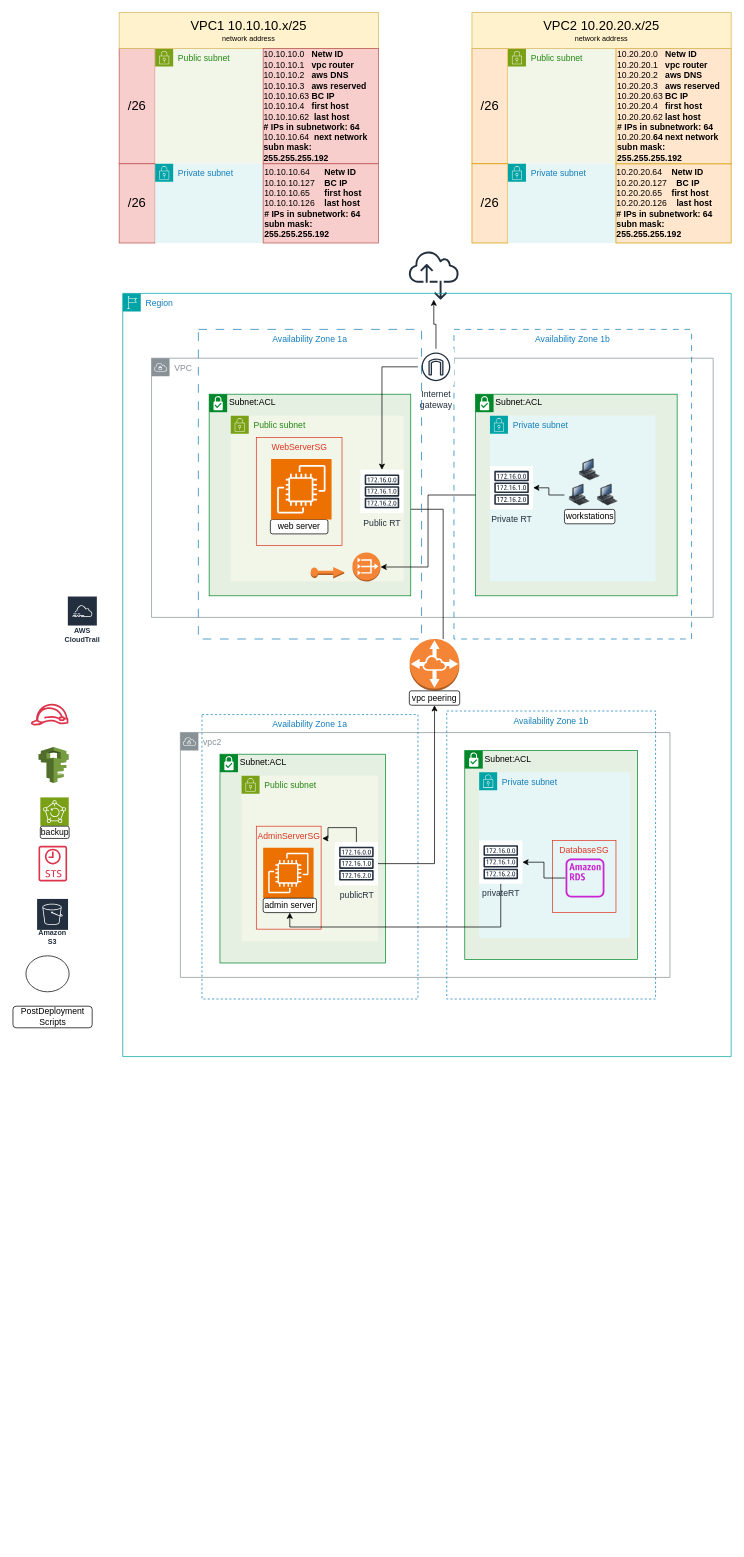
The draw.io diagram 10_Final_Project/diagram_v1.0/FinalProject-v1.0.drawio in techgrounds/techgrounds-FvL69-1, before the edit. Source tidied: cells renumbered, new cells numbered last; positions are measured from the earlier drawing's top-left corner, leaving out a move shared by most shapes. Both pictures are drawn from the tidied source at 72%, with x=0, y=0 at pixel (12, 12).
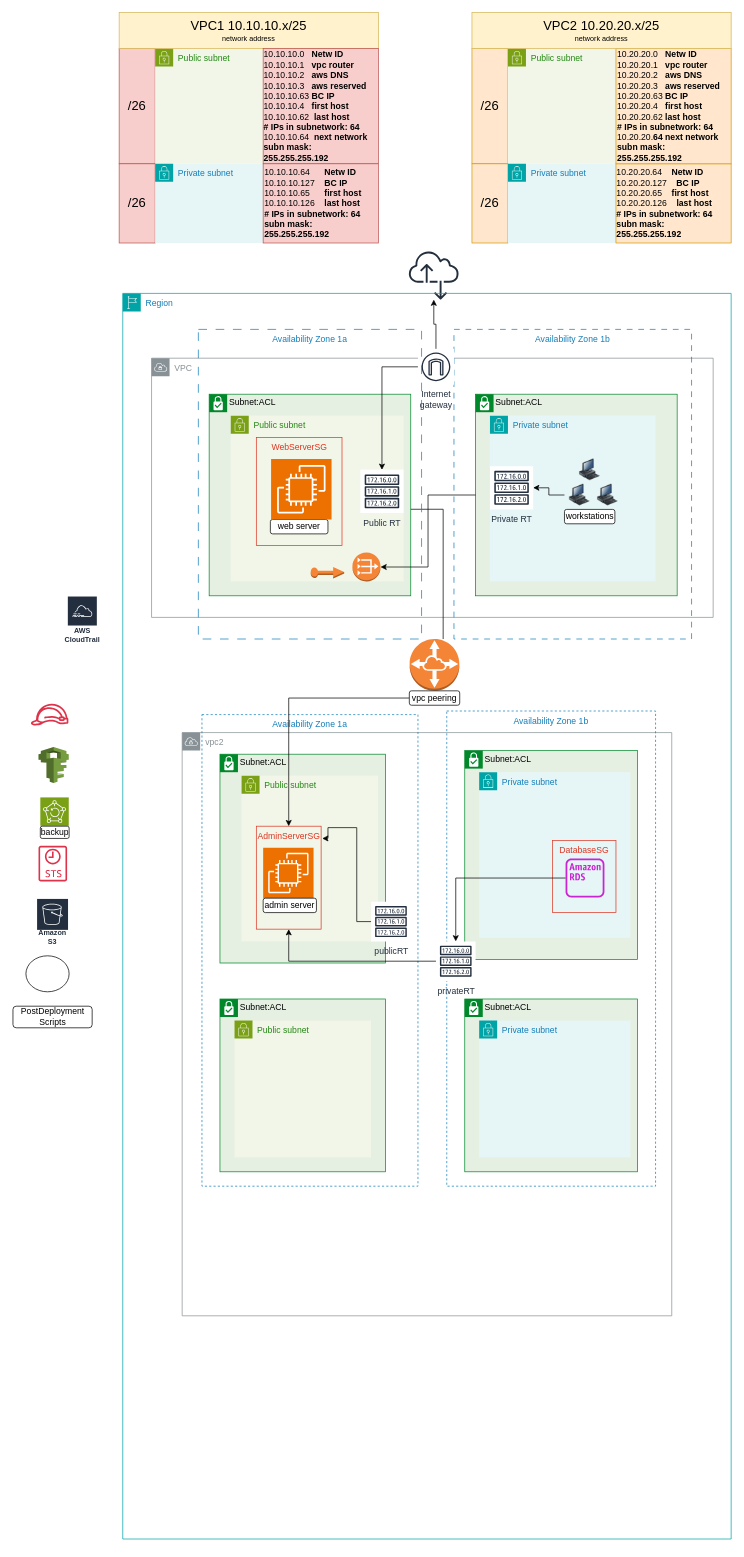
Above is the later version.

Unchanged cells that the change refers to:
```xml
<mxCell id="32" value="Public subnet" style="gradientColor=none;html=1;whiteSpace=wrap;fontSize=12;fontStyle=0;shape=mxgraph.aws4.group;grIcon=mxgraph.aws4.group_security_group;grStroke=0;strokeColor=#7AA116;fillColor=#F2F6E8;verticalAlign=top;align=left;spacingLeft=30;fontColor=#248814;dashed=0;" parent="31" vertex="1">
  <mxGeometry x="30" y="30" width="189.5" height="230" as="geometry" />
</mxCell>
<mxCell id="34" value="AdminServerSG" style="fillColor=none;strokeColor=#DD3522;verticalAlign=top;fontStyle=0;fontColor=#DD3522;whiteSpace=wrap;html=1;" parent="32" vertex="1">
  <mxGeometry x="20.5" y="70" width="90" height="143" as="geometry" />
</mxCell>
<mxCell id="37" value="admin server" style="rounded=1;whiteSpace=wrap;html=1;" parent="31" vertex="1">
  <mxGeometry x="60" y="200" width="74" height="20" as="geometry" />
</mxCell>
<mxCell id="38" value="Subnet:ACL" style="shape=mxgraph.ibm.box;prType=subnet;fontStyle=0;verticalAlign=top;align=left;spacingLeft=32;spacingTop=4;fillColor=#E6F0E2;rounded=0;whiteSpace=wrap;html=1;strokeColor=#00882B;strokeWidth=1;dashed=0;spacing=-4;" parent="27" vertex="1">
  <mxGeometry x="475" y="635" width="240" height="290" as="geometry" />
</mxCell>
<mxCell id="42" style="sketch=0;outlineConnect=0;fontColor=#232F3E;gradientColor=none;fillColor=#C925D1;strokeColor=none;dashed=0;verticalLabelPosition=bottom;verticalAlign=top;align=center;html=1;fontSize=12;fontStyle=0;shape=mxgraph.aws4.rds_instance_alt;" parent="38" vertex="1">
  <mxGeometry x="140" y="150" width="54" height="54" as="geometry" />
</mxCell>
<mxCell id="68" value="vpc peering" style="rounded=1;whiteSpace=wrap;html=1;" parent="27" vertex="1">
  <mxGeometry x="398" y="552" width="70" height="20" as="geometry" />
</mxCell>
```

The edit, as a diff of the source:
```diff
@@
     <mxCell id="27" value="Region" style="points=[[0,0],[0.25,0],[0.5,0],[0.75,0],[1,0],[1,0.25],[1,0.5],[1,0.75],[1,1],[0.75,1],[0.5,1],[0.25,1],[0,1],[0,0.75],[0,0.5],[0,0.25]];outlineConnect=0;gradientColor=none;html=1;whiteSpace=wrap;fontSize=12;fontStyle=0;shape=mxgraph.aws4.group;grIcon=mxgraph.aws4.group_region;strokeColor=#00A4A6;fillColor=none;verticalAlign=top;align=left;spacingLeft=30;fontColor=#147EBA;" parent="1" vertex="1">
-      <mxGeometry x="153" y="390" width="845" height="1060" as="geometry" />
+      <mxGeometry x="153" y="390" width="845" height="1730" as="geometry" />
     </mxCell>
     <mxCell id="28" value="vpc2" style="sketch=0;gradientColor=none;html=1;whiteSpace=wrap;fontSize=12;fontStyle=0;shape=mxgraph.aws4.group;grIcon=mxgraph.aws4.group_vpc;strokeColor=#879196;fillColor=none;verticalAlign=top;align=left;spacingLeft=30;fontColor=#879196;dashed=0;" parent="27" vertex="1">
-      <mxGeometry x="80" y="610" width="680" height="340" as="geometry" />
+      <mxGeometry x="82.5" y="610" width="680" height="810" as="geometry" />
     </mxCell>
     <mxCell id="29" value="Availability Zone 1a" style="fillColor=none;strokeColor=#147EBA;dashed=1;verticalAlign=top;fontStyle=0;fontColor=#147EBA;whiteSpace=wrap;html=1;" parent="27" vertex="1">
-      <mxGeometry x="110" y="585" width="300" height="395" as="geometry" />
+      <mxGeometry x="110" y="585" width="300" height="655" as="geometry" />
     </mxCell>
     <mxCell id="30" value="Availability Zone 1b" style="fillColor=none;strokeColor=#147EBA;dashed=1;verticalAlign=top;fontStyle=0;fontColor=#147EBA;whiteSpace=wrap;html=1;" parent="27" vertex="1">
-      <mxGeometry x="450" y="580" width="290" height="400" as="geometry" />
+      <mxGeometry x="450" y="580" width="290" height="660" as="geometry" />
     </mxCell>
@@
-    <mxCell id="33" value="publicRT" style="sketch=0;outlineConnect=0;fontColor=#232F3E;gradientColor=none;strokeColor=#232F3E;fillColor=#ffffff;dashed=0;verticalLabelPosition=bottom;verticalAlign=top;align=center;html=1;fontSize=12;fontStyle=0;shape=mxgraph.aws4.resourceIcon;resIcon=mxgraph.aws4.route_table;" parent="32" vertex="1">
-      <mxGeometry x="129.5" y="92" width="60" height="60" as="geometry" />
-    </mxCell>
@@
-    <mxCell id="35" style="edgeStyle=orthogonalEdgeStyle;rounded=0;jettySize=auto;html=1;entryX=1.017;entryY=0.119;entryDx=0;entryDy=0;entryPerimeter=0;" parent="32" edge="1" source="33" target="34">
-      <mxGeometry relative="1" as="geometry">
-        <Array as="points">
-          <mxPoint x="160" y="72" />
-          <mxPoint x="120" y="72" />
-          <mxPoint x="120" y="87" />
-        </Array>
-      </mxGeometry>
-    </mxCell>
@@
-    <mxCell id="41" style="edgeStyle=orthogonalEdgeStyle;rounded=0;jettySize=auto;html=1;" parent="38" edge="1" source="42" target="43">
-      <mxGeometry relative="1" as="geometry" />
-    </mxCell>
@@
-    <mxCell id="43" value="privateRT" style="sketch=0;outlineConnect=0;fontColor=#232F3E;gradientColor=none;strokeColor=#232F3E;fillColor=#ffffff;dashed=0;verticalLabelPosition=bottom;verticalAlign=top;align=center;html=1;fontSize=12;fontStyle=0;shape=mxgraph.aws4.resourceIcon;resIcon=mxgraph.aws4.route_table;" parent="38" vertex="1">
-      <mxGeometry x="20" y="125" width="60" height="60" as="geometry" />
-    </mxCell>
@@
+    <mxCell id="73" style="edgeStyle=orthogonalEdgeStyle;rounded=0;jettySize=auto;html=1;" parent="27" edge="1" source="68" target="34">
+      <mxGeometry relative="1" as="geometry" />
+    </mxCell>
@@
-    <mxCell id="70" style="edgeStyle=orthogonalEdgeStyle;rounded=0;jettySize=auto;html=1;" parent="27" edge="1" source="33" target="68">
-      <mxGeometry relative="1" as="geometry" />
-    </mxCell>
-    <mxCell id="71" style="edgeStyle=orthogonalEdgeStyle;rounded=0;jettySize=auto;html=1;" parent="27" edge="1" source="43" target="37">
-      <mxGeometry relative="1" as="geometry">
-        <Array as="points">
-          <mxPoint x="525" y="880" />
-          <mxPoint x="232" y="880" />
-        </Array>
-      </mxGeometry>
-    </mxCell>
+    <mxCell id="74" value="Subnet:ACL" style="shape=mxgraph.ibm.box;prType=subnet;fontStyle=0;verticalAlign=top;align=left;spacingLeft=32;spacingTop=4;fillColor=#E6F0E2;rounded=0;whiteSpace=wrap;html=1;strokeColor=#00882B;strokeWidth=1;dashed=0;spacing=-4;" parent="27" vertex="1">
+      <mxGeometry x="135" y="980" width="230" height="240" as="geometry" />
+    </mxCell>
+    <mxCell id="75" value="Public subnet" style="gradientColor=none;html=1;whiteSpace=wrap;fontSize=12;fontStyle=0;shape=mxgraph.aws4.group;grIcon=mxgraph.aws4.group_security_group;grStroke=0;strokeColor=#7AA116;fillColor=#F2F6E8;verticalAlign=top;align=left;spacingLeft=30;fontColor=#248814;dashed=0;" parent="74" vertex="1">
+      <mxGeometry x="20.2" y="30" width="189.5" height="190" as="geometry" />
+    </mxCell>
+    <mxCell id="76" value="Subnet:ACL" style="shape=mxgraph.ibm.box;prType=subnet;fontStyle=0;verticalAlign=top;align=left;spacingLeft=32;spacingTop=4;fillColor=#E6F0E2;rounded=0;whiteSpace=wrap;html=1;strokeColor=#00882B;strokeWidth=1;dashed=0;spacing=-4;" parent="27" vertex="1">
+      <mxGeometry x="475" y="980" width="240" height="240" as="geometry" />
+    </mxCell>
+    <mxCell id="77" value="Private subnet" style="gradientColor=none;html=1;whiteSpace=wrap;fontSize=12;fontStyle=0;shape=mxgraph.aws4.group;grIcon=mxgraph.aws4.group_security_group;grStroke=0;strokeColor=#00A4A6;fillColor=#E6F6F7;verticalAlign=top;align=left;spacingLeft=30;fontColor=#147EBA;dashed=0;" parent="76" vertex="1">
+      <mxGeometry x="20" y="30" width="210" height="190" as="geometry" />
+    </mxCell>
+    <mxCell id="35" style="edgeStyle=orthogonalEdgeStyle;rounded=0;jettySize=auto;html=1;entryX=1.017;entryY=0.119;entryDx=0;entryDy=0;entryPerimeter=0;" parent="27" edge="1" source="33" target="34">
+      <mxGeometry relative="1" as="geometry">
+        <Array as="points">
+          <mxPoint x="325" y="742" />
+          <mxPoint x="285" y="742" />
+          <mxPoint x="285" y="757" />
+        </Array>
+      </mxGeometry>
+    </mxCell>
+    <mxCell id="43" value="privateRT" style="sketch=0;outlineConnect=0;fontColor=#232F3E;gradientColor=none;strokeColor=#232F3E;fillColor=#ffffff;dashed=0;verticalLabelPosition=bottom;verticalAlign=top;align=center;html=1;fontSize=12;fontStyle=0;shape=mxgraph.aws4.resourceIcon;resIcon=mxgraph.aws4.route_table;" parent="27" vertex="1">
+      <mxGeometry x="435" y="900" width="55" height="55" as="geometry" />
+    </mxCell>
+    <mxCell id="41" style="edgeStyle=orthogonalEdgeStyle;rounded=0;jettySize=auto;html=1;" parent="27" edge="1" source="42" target="43">
+      <mxGeometry relative="1" as="geometry" />
+    </mxCell>
+    <mxCell id="33" value="publicRT" style="sketch=0;outlineConnect=0;fontColor=#232F3E;gradientColor=none;strokeColor=#232F3E;fillColor=#ffffff;dashed=0;verticalLabelPosition=bottom;verticalAlign=top;align=center;html=1;fontSize=12;fontStyle=0;shape=mxgraph.aws4.resourceIcon;resIcon=mxgraph.aws4.route_table;" parent="27" vertex="1">
+      <mxGeometry x="345" y="845" width="55" height="55" as="geometry" />
+    </mxCell>
+    <mxCell id="78" style="edgeStyle=orthogonalEdgeStyle;rounded=0;jettySize=auto;html=1;" parent="27" edge="1" source="43" target="34">
+      <mxGeometry relative="1" as="geometry" />
+    </mxCell>
```
